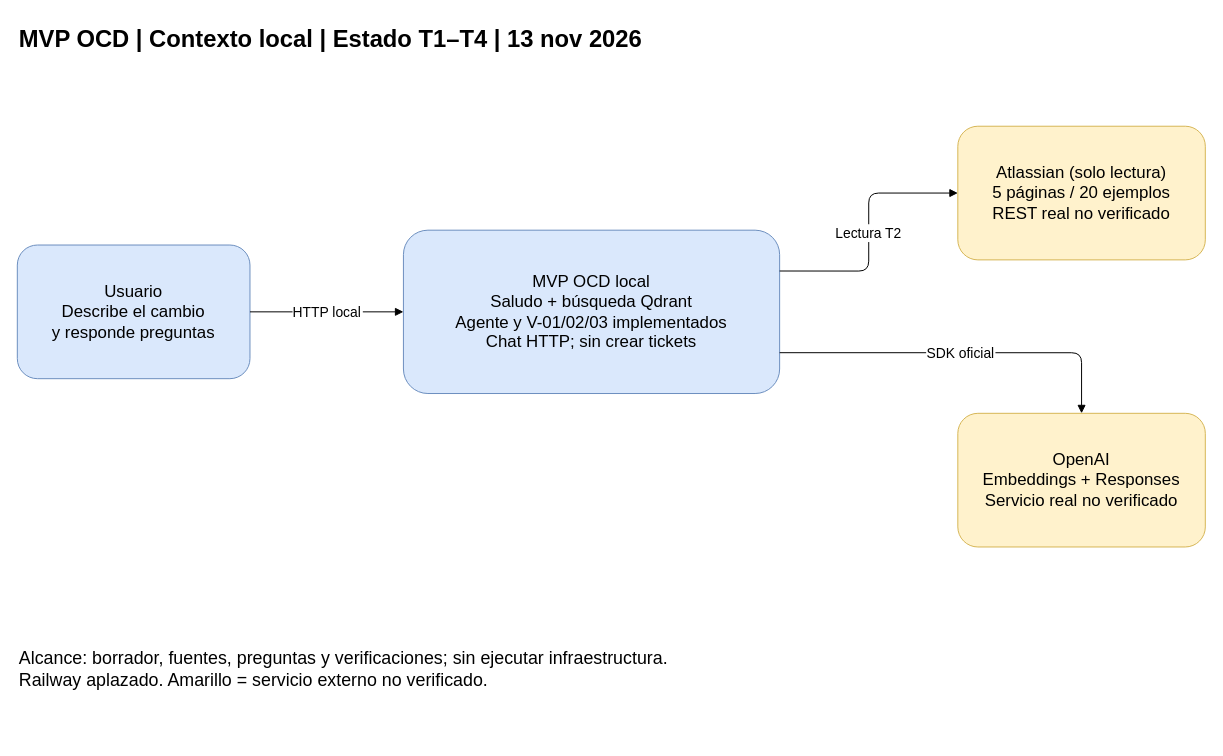
Earlier version of the draw.io diagram page "Contexto local" (1 of 3) of docs/MVP_OCD_Arquitectura.drawio (miguelsff/grupo-visa-ai). Source tidied: cells renumbered, new cells numbered last; positions are measured from the earlier drawing's top-left corner, leaving out a move shared by most shapes. Both pictures are drawn from the tidied source at 99%, with x=0, y=0 at pixel (17, 17).
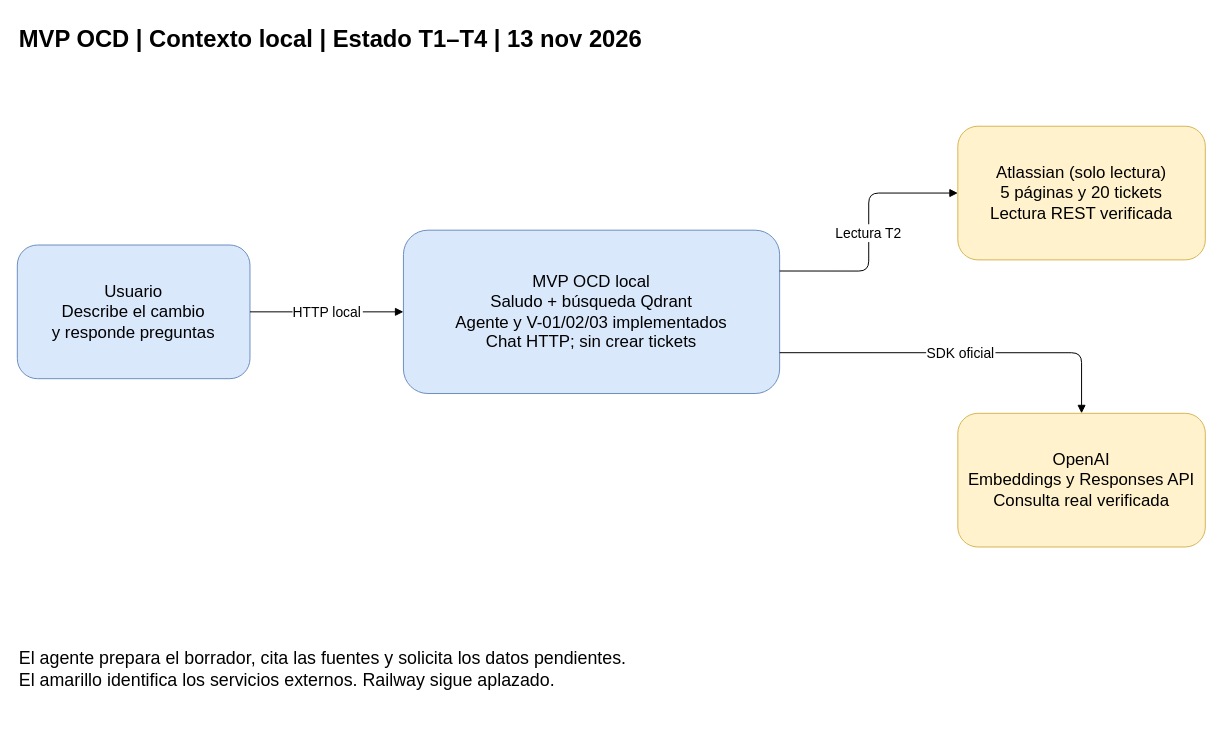
The same page after the edit.

Commit message (it also covers changes not shown here):
docs: registrar la ingesta real y el cotejo de citas con Qdrant

Diff of the diagram source:
```diff
@@
 <mxGraphModel>
   <root>
     <mxCell id="0" />
     <mxCell id="1" parent="0" />
     <mxCell id="2" value="MVP OCD | Contexto local | Estado T1–T4 | 13 nov 2026" style="text;html=0;align=left;fontSize=24;fontStyle=1;" parent="1" vertex="1">
       <mxGeometry width="1200" height="65" as="geometry" />
     </mxCell>
     <mxCell id="3" value="Usuario&#10;Describe el cambio&#10;y responde preguntas" style="rounded=1;whiteSpace=wrap;html=0;align=center;verticalAlign=middle;fontSize=17;fillColor=#dae8fc;strokeColor=#6c8ebf;" parent="1" vertex="1">
       <mxGeometry y="230" width="235" height="135" as="geometry" />
     </mxCell>
     <mxCell id="4" value="MVP OCD local&#10;Saludo + búsqueda Qdrant&#10;Agente y V-01/02/03 implementados&#10;Chat HTTP; sin crear tickets" style="rounded=1;whiteSpace=wrap;html=0;align=center;verticalAlign=middle;fontSize=17;fillColor=#dae8fc;strokeColor=#6c8ebf;" parent="1" vertex="1">
       <mxGeometry x="390" y="215" width="380" height="165" as="geometry" />
     </mxCell>
-    <mxCell id="5" value="Atlassian (solo lectura)&#10;5 páginas / 20 ejemplos&#10;REST real no verificado" style="rounded=1;whiteSpace=wrap;html=0;align=center;verticalAlign=middle;fontSize=17;fillColor=#fff2cc;strokeColor=#d6b656;" parent="1" vertex="1">
+    <mxCell id="5" value="Atlassian (solo lectura)&#10;5 páginas y 20 tickets&#10;Lectura REST verificada" style="rounded=1;whiteSpace=wrap;html=0;align=center;verticalAlign=middle;fontSize=17;fillColor=#fff2cc;strokeColor=#d6b656;" parent="1" vertex="1">
       <mxGeometry x="950" y="110" width="250" height="135" as="geometry" />
     </mxCell>
-    <mxCell id="6" value="OpenAI&#10;Embeddings + Responses&#10;Servicio real no verificado" style="rounded=1;whiteSpace=wrap;html=0;align=center;verticalAlign=middle;fontSize=17;fillColor=#fff2cc;strokeColor=#d6b656;" parent="1" vertex="1">
+    <mxCell id="6" value="OpenAI&#10;Embeddings y Responses API&#10;Consulta real verificada" style="rounded=1;whiteSpace=wrap;html=0;align=center;verticalAlign=middle;fontSize=17;fillColor=#fff2cc;strokeColor=#d6b656;" parent="1" vertex="1">
       <mxGeometry x="950" y="400" width="250" height="135" as="geometry" />
     </mxCell>
     <mxCell id="7" value="HTTP local" style="edgeStyle=orthogonalEdgeStyle;html=0;endArrow=block;fontSize=14;" parent="1" edge="1" source="3" target="4">
       <mxGeometry relative="1" as="geometry" />
     </mxCell>
     <mxCell id="8" value="Lectura T2" style="edgeStyle=orthogonalEdgeStyle;html=0;endArrow=block;fontSize=14;exitX=1;exitY=0.25;" parent="1" edge="1" source="4" target="5">
       <mxGeometry relative="1" as="geometry" />
     </mxCell>
     <mxCell id="9" value="SDK oficial" style="edgeStyle=orthogonalEdgeStyle;html=0;endArrow=block;fontSize=14;exitX=1;exitY=0.75;" parent="1" edge="1" source="4" target="6">
       <mxGeometry relative="1" as="geometry" />
     </mxCell>
-    <mxCell id="10" value="Alcance: borrador, fuentes, preguntas y verificaciones; sin ejecutar infraestructura.&#10;Railway aplazado. Amarillo = servicio externo no verificado." style="text;html=0;align=left;fontSize=18;" parent="1" vertex="1">
+    <mxCell id="10" value="El agente prepara el borrador, cita las fuentes y solicita los datos pendientes.&#10;El amarillo identifica los servicios externos. Railway sigue aplazado." style="text;html=0;align=left;fontSize=18;" parent="1" vertex="1">
       <mxGeometry y="630" width="1200" height="100" as="geometry" />
     </mxCell>
   </root>
 </mxGraphModel>
```
